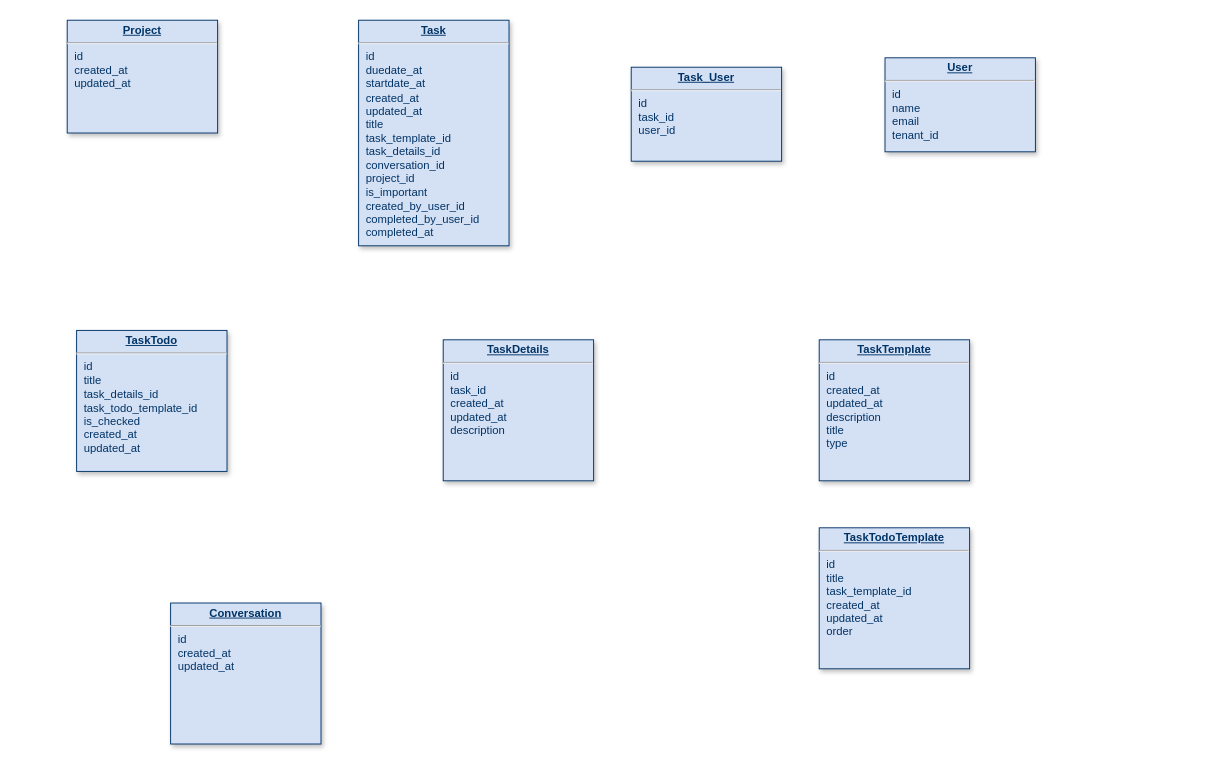
Earlier version of the draw.io diagram tasks.drawio (sanderha/diagrams-repo). Source tidied: cells renumbered, new cells numbered last; positions are measured from the earlier drawing's top-left corner, leaving out a move shared by most shapes. Both pictures are drawn from the tidied source at 94%, with x=0, y=0 at pixel (67, 20).
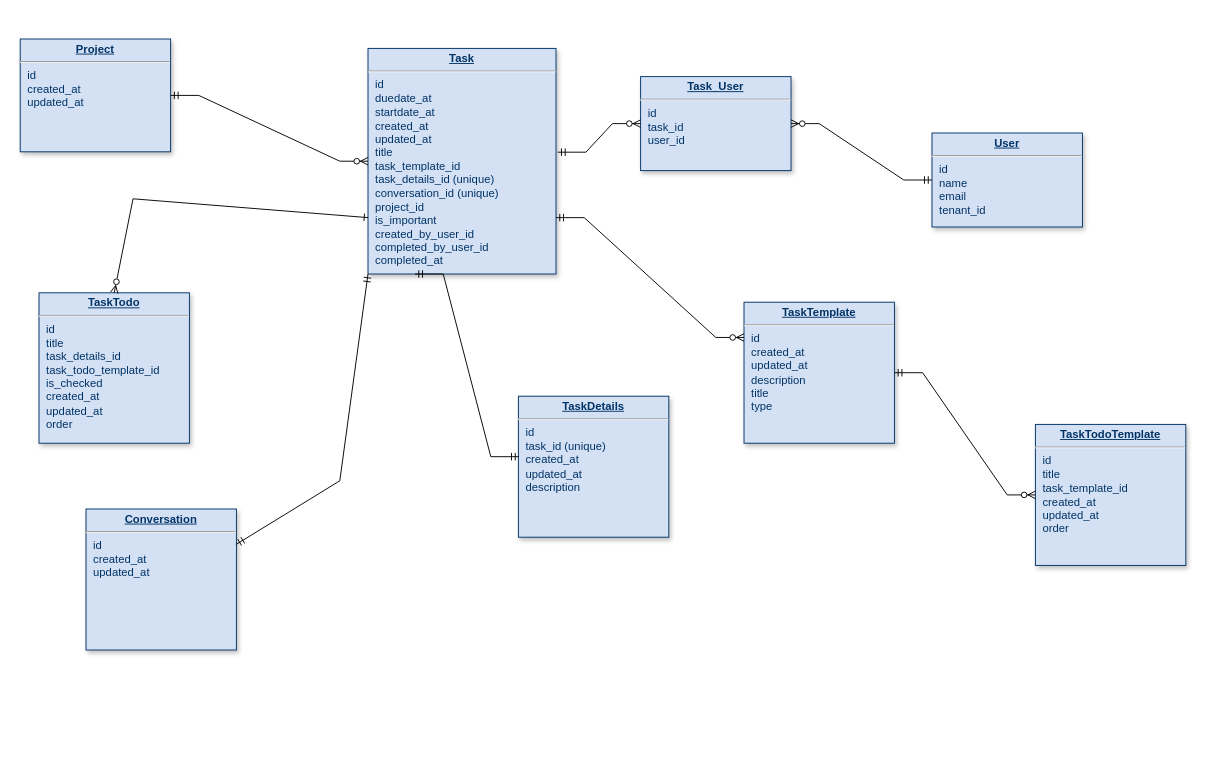
After the change.

Diff of the diagram source:
```diff
@@
     <mxCell id="2" value="&lt;p style=&quot;margin: 0px ; margin-top: 4px ; text-align: center ; text-decoration: underline&quot;&gt;&lt;strong&gt;User&lt;/strong&gt;&lt;/p&gt;&lt;hr&gt;&lt;p style=&quot;margin: 0px ; margin-left: 8px&quot;&gt;id&lt;/p&gt;&lt;p style=&quot;margin: 0px ; margin-left: 8px&quot;&gt;name&lt;/p&gt;&lt;p style=&quot;margin: 0px ; margin-left: 8px&quot;&gt;email&lt;/p&gt;&lt;p style=&quot;margin: 0px ; margin-left: 8px&quot;&gt;tenant_id&lt;br&gt;&lt;/p&gt;" style="verticalAlign=top;align=left;overflow=fill;fontSize=12;fontFamily=Helvetica;html=1;strokeColor=#003366;shadow=1;fillColor=#D4E1F5;fontColor=#003366;" parent="1" vertex="1">
-      <mxGeometry x="870" y="40" width="160" height="100" as="geometry" />
+      <mxGeometry x="920" y="120" width="160" height="100" as="geometry" />
     </mxCell>
-    <mxCell id="3" value="&lt;p style=&quot;margin: 0px ; margin-top: 4px ; text-align: center ; text-decoration: underline&quot;&gt;&lt;strong&gt;Task&lt;/strong&gt;&lt;/p&gt;&lt;hr&gt;&lt;p style=&quot;margin: 0px ; margin-left: 8px&quot;&gt;id&lt;/p&gt;&lt;p style=&quot;margin: 0px ; margin-left: 8px&quot;&gt;duedate_at&lt;/p&gt;&lt;p style=&quot;margin: 0px ; margin-left: 8px&quot;&gt;startdate_at&lt;/p&gt;&lt;p style=&quot;margin: 0px ; margin-left: 8px&quot;&gt;created_at&lt;/p&gt;&lt;p style=&quot;margin: 0px ; margin-left: 8px&quot;&gt;updated_at&lt;br&gt;&lt;/p&gt;&lt;p style=&quot;margin: 0px ; margin-left: 8px&quot;&gt;title&lt;/p&gt;&lt;p style=&quot;margin: 0px ; margin-left: 8px&quot;&gt;task_template_id&lt;/p&gt;&lt;p style=&quot;margin: 0px ; margin-left: 8px&quot;&gt;task_details_id&lt;/p&gt;&lt;p style=&quot;margin: 0px ; margin-left: 8px&quot;&gt;conversation_id&lt;br&gt;&lt;/p&gt;&lt;p style=&quot;margin: 0px ; margin-left: 8px&quot;&gt;project_id&lt;/p&gt;&lt;p style=&quot;margin: 0px ; margin-left: 8px&quot;&gt;is_important&lt;/p&gt;&lt;p style=&quot;margin: 0px ; margin-left: 8px&quot;&gt;created_by_user_id&lt;/p&gt;&lt;p style=&quot;margin: 0px ; margin-left: 8px&quot;&gt;completed_by_user_id&lt;/p&gt;&lt;p style=&quot;margin: 0px ; margin-left: 8px&quot;&gt;completed_at&lt;br&gt;&lt;/p&gt;" style="verticalAlign=top;align=left;overflow=fill;fontSize=12;fontFamily=Helvetica;html=1;strokeColor=#003366;shadow=1;fillColor=#D4E1F5;fontColor=#003366;" parent="1" vertex="1">
-      <mxGeometry x="310" width="160" height="240" as="geometry" />
+    <mxCell id="3" value="&lt;p style=&quot;margin: 0px ; margin-top: 4px ; text-align: center ; text-decoration: underline&quot;&gt;&lt;strong&gt;Task&lt;/strong&gt;&lt;/p&gt;&lt;hr&gt;&lt;p style=&quot;margin: 0px ; margin-left: 8px&quot;&gt;id&lt;/p&gt;&lt;p style=&quot;margin: 0px ; margin-left: 8px&quot;&gt;duedate_at&lt;/p&gt;&lt;p style=&quot;margin: 0px ; margin-left: 8px&quot;&gt;startdate_at&lt;/p&gt;&lt;p style=&quot;margin: 0px ; margin-left: 8px&quot;&gt;created_at&lt;/p&gt;&lt;p style=&quot;margin: 0px ; margin-left: 8px&quot;&gt;updated_at&lt;br&gt;&lt;/p&gt;&lt;p style=&quot;margin: 0px ; margin-left: 8px&quot;&gt;title&lt;/p&gt;&lt;p style=&quot;margin: 0px ; margin-left: 8px&quot;&gt;task_template_id&lt;/p&gt;&lt;p style=&quot;margin: 0px ; margin-left: 8px&quot;&gt;task_details_id (unique)&lt;br&gt;&lt;/p&gt;&lt;p style=&quot;margin: 0px ; margin-left: 8px&quot;&gt;conversation_id (unique)&lt;br&gt;&lt;/p&gt;&lt;p style=&quot;margin: 0px ; margin-left: 8px&quot;&gt;project_id&lt;br&gt;&lt;/p&gt;&lt;p style=&quot;margin: 0px ; margin-left: 8px&quot;&gt;is_important&lt;/p&gt;&lt;p style=&quot;margin: 0px ; margin-left: 8px&quot;&gt;created_by_user_id&lt;/p&gt;&lt;p style=&quot;margin: 0px ; margin-left: 8px&quot;&gt;completed_by_user_id&lt;/p&gt;&lt;p style=&quot;margin: 0px ; margin-left: 8px&quot;&gt;completed_at&lt;br&gt;&lt;/p&gt;" style="verticalAlign=top;align=left;overflow=fill;fontSize=12;fontFamily=Helvetica;html=1;strokeColor=#003366;shadow=1;fillColor=#D4E1F5;fontColor=#003366;" parent="1" vertex="1">
+      <mxGeometry x="320" y="30" width="200" height="240" as="geometry" />
     </mxCell>
     <mxCell id="4" value="&lt;p style=&quot;margin: 0px ; margin-top: 4px ; text-align: center ; text-decoration: underline&quot;&gt;&lt;strong&gt;Project&lt;/strong&gt;&lt;/p&gt;&lt;hr&gt;&lt;p style=&quot;margin: 0px ; margin-left: 8px&quot;&gt;id&lt;/p&gt;&lt;p style=&quot;margin: 0px ; margin-left: 8px&quot;&gt;created_at&lt;/p&gt;&lt;p style=&quot;margin: 0px ; margin-left: 8px&quot;&gt;updated_at&lt;br&gt;&lt;/p&gt;" style="verticalAlign=top;align=left;overflow=fill;fontSize=12;fontFamily=Helvetica;html=1;strokeColor=#003366;shadow=1;fillColor=#D4E1F5;fontColor=#003366;" parent="1" vertex="1">
-      <mxGeometry width="160" height="120" as="geometry" />
+      <mxGeometry x="-50" y="20" width="160" height="120" as="geometry" />
     </mxCell>
-    <mxCell id="5" value="&lt;p style=&quot;margin: 0px ; margin-top: 4px ; text-align: center ; text-decoration: underline&quot;&gt;&lt;strong&gt;TaskTodo&lt;/strong&gt;&lt;/p&gt;&lt;hr&gt;&lt;p style=&quot;margin: 0px ; margin-left: 8px&quot;&gt;id&lt;/p&gt;&lt;p style=&quot;margin: 0px ; margin-left: 8px&quot;&gt;title&lt;/p&gt;&lt;p style=&quot;margin: 0px ; margin-left: 8px&quot;&gt;task_details_id&lt;/p&gt;&lt;p style=&quot;margin: 0px ; margin-left: 8px&quot;&gt;task_todo_template_id&lt;br&gt;&lt;/p&gt;&lt;p style=&quot;margin: 0px ; margin-left: 8px&quot;&gt;is_checked&lt;/p&gt;&lt;p style=&quot;margin: 0px ; margin-left: 8px&quot;&gt;created_at&lt;/p&gt;&lt;p style=&quot;margin: 0px ; margin-left: 8px&quot;&gt;updated_at&lt;br&gt;&lt;/p&gt;" style="verticalAlign=top;align=left;overflow=fill;fontSize=12;fontFamily=Helvetica;html=1;strokeColor=#003366;shadow=1;fillColor=#D4E1F5;fontColor=#003366;" parent="1" vertex="1">
-      <mxGeometry x="10" y="330" width="160" height="150" as="geometry" />
+    <mxCell id="5" value="&lt;p style=&quot;margin: 0px ; margin-top: 4px ; text-align: center ; text-decoration: underline&quot;&gt;&lt;strong&gt;TaskTodo&lt;/strong&gt;&lt;/p&gt;&lt;hr&gt;&lt;p style=&quot;margin: 0px ; margin-left: 8px&quot;&gt;id&lt;/p&gt;&lt;p style=&quot;margin: 0px ; margin-left: 8px&quot;&gt;title&lt;/p&gt;&lt;p style=&quot;margin: 0px ; margin-left: 8px&quot;&gt;task_details_id&lt;/p&gt;&lt;p style=&quot;margin: 0px ; margin-left: 8px&quot;&gt;task_todo_template_id&lt;br&gt;&lt;/p&gt;&lt;p style=&quot;margin: 0px ; margin-left: 8px&quot;&gt;is_checked&lt;/p&gt;&lt;p style=&quot;margin: 0px ; margin-left: 8px&quot;&gt;created_at&lt;/p&gt;&lt;p style=&quot;margin: 0px ; margin-left: 8px&quot;&gt;updated_at&lt;/p&gt;&lt;p style=&quot;margin: 0px ; margin-left: 8px&quot;&gt;order&lt;br&gt;&lt;/p&gt;" style="verticalAlign=top;align=left;overflow=fill;fontSize=12;fontFamily=Helvetica;html=1;strokeColor=#003366;shadow=1;fillColor=#D4E1F5;fontColor=#003366;" parent="1" vertex="1">
+      <mxGeometry x="-30" y="290" width="160" height="160" as="geometry" />
     </mxCell>
-    <mxCell id="6" value="&lt;p style=&quot;margin: 0px ; margin-top: 4px ; text-align: center ; text-decoration: underline&quot;&gt;&lt;strong&gt;TaskDetails&lt;/strong&gt;&lt;/p&gt;&lt;hr&gt;&lt;p style=&quot;margin: 0px ; margin-left: 8px&quot;&gt;id&lt;/p&gt;&lt;p style=&quot;margin: 0px ; margin-left: 8px&quot;&gt;task_id&lt;/p&gt;&lt;p style=&quot;margin: 0px ; margin-left: 8px&quot;&gt;created_at&lt;/p&gt;&lt;p style=&quot;margin: 0px ; margin-left: 8px&quot;&gt;updated_at&lt;/p&gt;&lt;p style=&quot;margin: 0px ; margin-left: 8px&quot;&gt;description&lt;br&gt;&lt;/p&gt;" style="verticalAlign=top;align=left;overflow=fill;fontSize=12;fontFamily=Helvetica;html=1;strokeColor=#003366;shadow=1;fillColor=#D4E1F5;fontColor=#003366;" parent="1" vertex="1">
-      <mxGeometry x="400" y="340" width="160" height="150" as="geometry" />
+    <mxCell id="6" value="&lt;p style=&quot;margin: 0px ; margin-top: 4px ; text-align: center ; text-decoration: underline&quot;&gt;&lt;strong&gt;TaskDetails&lt;/strong&gt;&lt;/p&gt;&lt;hr&gt;&lt;p style=&quot;margin: 0px ; margin-left: 8px&quot;&gt;id&lt;/p&gt;&lt;p style=&quot;margin: 0px ; margin-left: 8px&quot;&gt;task_id (unique)&lt;br&gt;&lt;/p&gt;&lt;p style=&quot;margin: 0px ; margin-left: 8px&quot;&gt;created_at&lt;/p&gt;&lt;p style=&quot;margin: 0px ; margin-left: 8px&quot;&gt;updated_at&lt;/p&gt;&lt;p style=&quot;margin: 0px ; margin-left: 8px&quot;&gt;description&lt;br&gt;&lt;/p&gt;" style="verticalAlign=top;align=left;overflow=fill;fontSize=12;fontFamily=Helvetica;html=1;strokeColor=#003366;shadow=1;fillColor=#D4E1F5;fontColor=#003366;" parent="1" vertex="1">
+      <mxGeometry x="480" y="400" width="160" height="150" as="geometry" />
     </mxCell>
     <mxCell id="7" value="&lt;p style=&quot;margin: 0px ; margin-top: 4px ; text-align: center ; text-decoration: underline&quot;&gt;&lt;strong&gt;Conversation&lt;/strong&gt;&lt;/p&gt;&lt;hr&gt;&lt;p style=&quot;margin: 0px ; margin-left: 8px&quot;&gt;id&lt;/p&gt;&lt;p style=&quot;margin: 0px ; margin-left: 8px&quot;&gt;created_at&lt;/p&gt;&lt;p style=&quot;margin: 0px ; margin-left: 8px&quot;&gt;updated_at&lt;/p&gt;" style="verticalAlign=top;align=left;overflow=fill;fontSize=12;fontFamily=Helvetica;html=1;strokeColor=#003366;shadow=1;fillColor=#D4E1F5;fontColor=#003366;" parent="1" vertex="1">
-      <mxGeometry x="110" y="620" width="160" height="150" as="geometry" />
+      <mxGeometry x="20" y="520" width="160" height="150" as="geometry" />
     </mxCell>
     <mxCell id="8" value="&lt;p style=&quot;margin: 0px ; margin-top: 4px ; text-align: center ; text-decoration: underline&quot;&gt;&lt;strong&gt;TaskTemplate&lt;br&gt;&lt;/strong&gt;&lt;/p&gt;&lt;hr&gt;&lt;p style=&quot;margin: 0px ; margin-left: 8px&quot;&gt;id&lt;/p&gt;&lt;p style=&quot;margin: 0px ; margin-left: 8px&quot;&gt;created_at&lt;/p&gt;&lt;p style=&quot;margin: 0px ; margin-left: 8px&quot;&gt;updated_at&lt;/p&gt;&lt;p style=&quot;margin: 0px ; margin-left: 8px&quot;&gt;description&lt;/p&gt;&lt;p style=&quot;margin: 0px ; margin-left: 8px&quot;&gt;title&lt;/p&gt;&lt;p style=&quot;margin: 0px ; margin-left: 8px&quot;&gt;type&lt;br&gt;&lt;/p&gt;" style="verticalAlign=top;align=left;overflow=fill;fontSize=12;fontFamily=Helvetica;html=1;strokeColor=#003366;shadow=1;fillColor=#D4E1F5;fontColor=#003366;" parent="1" vertex="1">
-      <mxGeometry x="800" y="340" width="160" height="150" as="geometry" />
+      <mxGeometry x="720" y="300" width="160" height="150" as="geometry" />
     </mxCell>
     <mxCell id="9" value="&lt;p style=&quot;margin: 0px ; margin-top: 4px ; text-align: center ; text-decoration: underline&quot;&gt;&lt;strong&gt;TaskTodoTemplate&lt;/strong&gt;&lt;/p&gt;&lt;hr&gt;&lt;p style=&quot;margin: 0px ; margin-left: 8px&quot;&gt;id&lt;/p&gt;&lt;p style=&quot;margin: 0px ; margin-left: 8px&quot;&gt;title&lt;/p&gt;&lt;p style=&quot;margin: 0px ; margin-left: 8px&quot;&gt;task_template_id&lt;/p&gt;&lt;p style=&quot;margin: 0px ; margin-left: 8px&quot;&gt;created_at&lt;/p&gt;&lt;p style=&quot;margin: 0px ; margin-left: 8px&quot;&gt;updated_at&lt;/p&gt;&lt;p style=&quot;margin: 0px ; margin-left: 8px&quot;&gt;order&lt;br&gt;&lt;/p&gt;" style="verticalAlign=top;align=left;overflow=fill;fontSize=12;fontFamily=Helvetica;html=1;strokeColor=#003366;shadow=1;fillColor=#D4E1F5;fontColor=#003366;" parent="1" vertex="1">
-      <mxGeometry x="800" y="540" width="160" height="150" as="geometry" />
+      <mxGeometry x="1030" y="430" width="160" height="150" as="geometry" />
     </mxCell>
-    <mxCell id="10" value="&lt;p style=&quot;margin: 0px ; margin-top: 4px ; text-align: center ; text-decoration: underline&quot;&gt;&lt;strong&gt;Task_User&lt;/strong&gt;&lt;/p&gt;&lt;hr&gt;&lt;p style=&quot;margin: 0px ; margin-left: 8px&quot;&gt;id&lt;/p&gt;&lt;p style=&quot;margin: 0px ; margin-left: 8px&quot;&gt;task_id&lt;/p&gt;&lt;p style=&quot;margin: 0px ; margin-left: 8px&quot;&gt;user_id&lt;br&gt;&lt;/p&gt;&lt;div&gt;&lt;br&gt;&lt;/div&gt;" style="verticalAlign=top;align=left;overflow=fill;fontSize=12;fontFamily=Helvetica;html=1;strokeColor=#003366;shadow=1;fillColor=#D4E1F5;fontColor=#003366;" parent="1" vertex="1">
-      <mxGeometry x="600" y="50" width="160" height="100" as="geometry" />
+    <mxCell id="10" value="&lt;p style=&quot;margin: 0px ; margin-top: 4px ; text-align: center ; text-decoration: underline&quot;&gt;&lt;strong&gt;Task_User&lt;/strong&gt;&lt;/p&gt;&lt;hr&gt;&lt;p style=&quot;margin: 0px ; margin-left: 8px&quot;&gt;id&lt;/p&gt;&lt;p style=&quot;margin: 0px ; margin-left: 8px&quot;&gt;task_id&lt;br&gt;&lt;/p&gt;&lt;p style=&quot;margin: 0px ; margin-left: 8px&quot;&gt;user_id&lt;br&gt;&lt;/p&gt;&lt;div&gt;&lt;br&gt;&lt;/div&gt;" style="verticalAlign=top;align=left;overflow=fill;fontSize=12;fontFamily=Helvetica;html=1;strokeColor=#003366;shadow=1;fillColor=#D4E1F5;fontColor=#003366;" parent="1" vertex="1">
+      <mxGeometry x="610" y="60" width="160" height="100" as="geometry" />
     </mxCell>
+    <mxCell id="11" style="edgeStyle=entityRelationEdgeStyle;fontSize=12;html=1;endArrow=ERzeroToMany;startArrow=ERmandOne;rounded=0;exitX=0;exitY=0.5;exitDx=0;exitDy=0;entryX=1;entryY=0.5;entryDx=0;entryDy=0;" parent="1" edge="1" source="2" target="10">
+      <mxGeometry relative="1" as="geometry" />
+    </mxCell>
+    <mxCell id="12" style="edgeStyle=entityRelationEdgeStyle;fontSize=12;html=1;endArrow=ERzeroToMany;startArrow=ERmandOne;rounded=0;exitX=1.009;exitY=0.46;exitDx=0;exitDy=0;exitPerimeter=0;" parent="1" edge="1" source="3" target="10">
+      <mxGeometry relative="1" as="geometry" />
+    </mxCell>
+    <mxCell id="13" style="edgeStyle=entityRelationEdgeStyle;fontSize=12;html=1;endArrow=ERzeroToMany;startArrow=ERmandOne;rounded=0;exitX=1;exitY=0.5;exitDx=0;exitDy=0;entryX=0;entryY=0.5;entryDx=0;entryDy=0;" parent="1" edge="1" source="4" target="3">
+      <mxGeometry relative="1" as="geometry" />
+    </mxCell>
+    <mxCell id="14" style="edgeStyle=entityRelationEdgeStyle;fontSize=12;html=1;endArrow=ERzeroToMany;startArrow=ERmandOne;rounded=0;exitX=1;exitY=0.5;exitDx=0;exitDy=0;" parent="1" edge="1" source="8" target="9">
+      <mxGeometry relative="1" as="geometry" />
+    </mxCell>
+    <mxCell id="15" style="edgeStyle=entityRelationEdgeStyle;fontSize=12;html=1;endArrow=ERzeroToMany;startArrow=ERmandOne;rounded=0;entryX=0;entryY=0.25;entryDx=0;entryDy=0;exitX=1;exitY=0.75;exitDx=0;exitDy=0;" parent="1" edge="1" source="3" target="8">
+      <mxGeometry relative="1" as="geometry" />
+    </mxCell>
+    <mxCell id="16" style="edgeStyle=entityRelationEdgeStyle;fontSize=12;html=1;endArrow=ERmandOne;startArrow=ERmandOne;rounded=0;entryX=0.004;entryY=0.429;entryDx=0;entryDy=0;entryPerimeter=0;exitX=0.25;exitY=1;exitDx=0;exitDy=0;" parent="1" edge="1" source="3" target="6">
+      <mxGeometry relative="1" as="geometry" />
+    </mxCell>
+    <mxCell id="17" style="endArrow=ERone;html=1;rounded=0;strokeColor=default;entryX=0;entryY=0.75;entryDx=0;entryDy=0;exitX=0.5;exitY=0;exitDx=0;exitDy=0;startArrow=ERzeroToMany;startFill=0;endFill=0;" parent="1" edge="1" source="5" target="3">
+      <mxGeometry relative="1" as="geometry">
+        <Array as="points">
+          <mxPoint x="70" y="190" />
+        </Array>
+      </mxGeometry>
+    </mxCell>
+    <mxCell id="18" style="endArrow=ERmandOne;html=1;rounded=0;strokeColor=default;entryX=0;entryY=1;entryDx=0;entryDy=0;exitX=1;exitY=0.25;exitDx=0;exitDy=0;endFill=0;startArrow=ERmandOne;startFill=0;" parent="1" edge="1" source="7" target="3">
+      <mxGeometry relative="1" as="geometry">
+        <Array as="points">
+          <mxPoint x="290" y="490" />
+        </Array>
+      </mxGeometry>
+    </mxCell>
```
